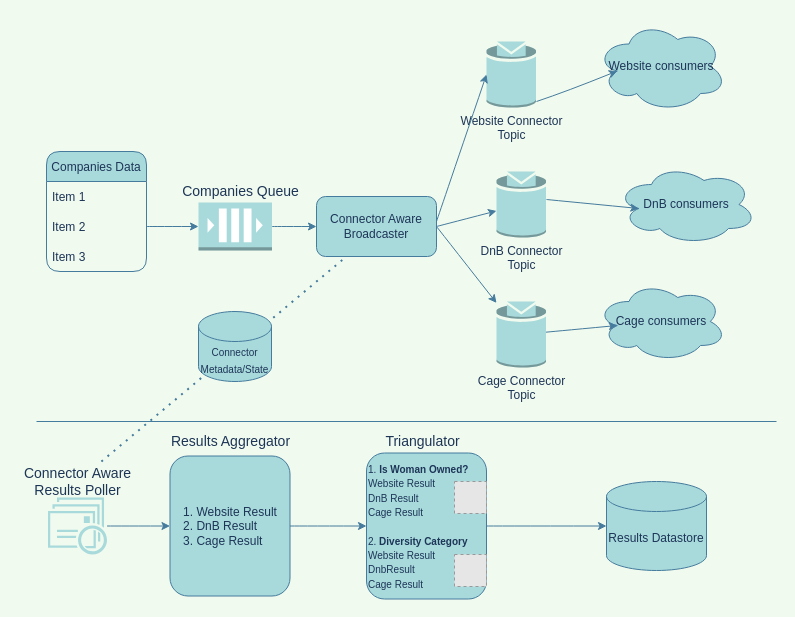
This is System_Overview_1.drawio from nanand83/wftechhakathon22, a draw.io file, before an edit. Source tidied: cells renumbered, new cells numbered last; positions are measured from the earlier drawing's top-left corner, leaving out a move shared by most shapes. Both pictures are drawn from the tidied source at 100%, with x=0, y=0 at pixel (17, 21). Pictures stored in the file or linked from it are replaced by grey dashed boxes.
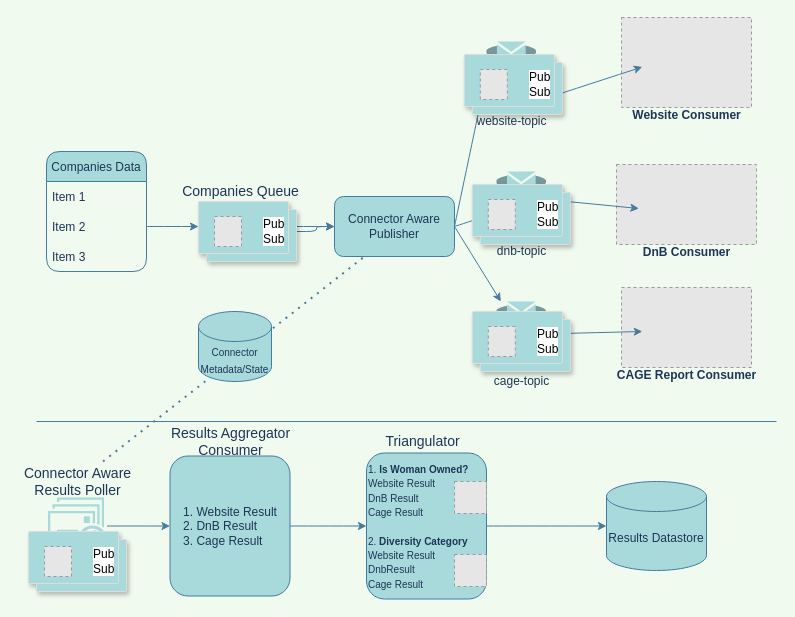
The same diagram, later.

Change to the diagram source:
```diff
@@
-    <mxCell id="9" value="Connector Aware Broadcaster" style="rounded=1;whiteSpace=wrap;html=1;fillColor=#A8DADC;strokeColor=#457B9D;fontColor=#1D3557;" parent="1" vertex="1">
-      <mxGeometry x="299" y="175" width="120" height="60" as="geometry" />
+    <mxCell id="9" value="Connector Aware Publisher" style="rounded=1;whiteSpace=wrap;html=1;fillColor=#A8DADC;strokeColor=#457B9D;fontColor=#1D3557;" parent="1" vertex="1">
+      <mxGeometry x="317" y="175" width="120" height="60" as="geometry" />
     </mxCell>
-    <mxCell id="10" value="Website Connector &lt;br&gt;Topic" style="outlineConnect=0;dashed=0;verticalLabelPosition=bottom;verticalAlign=top;align=center;html=1;shape=mxgraph.aws3.topic;fillColor=#A8DADC;rounded=1;strokeColor=#457B9D;fontColor=#1D3557;" parent="1" vertex="1">
+    <mxCell id="10" value="website-topic" style="outlineConnect=0;dashed=0;verticalLabelPosition=bottom;verticalAlign=top;align=center;html=1;shape=mxgraph.aws3.topic;fillColor=#A8DADC;rounded=1;strokeColor=#457B9D;fontColor=#1D3557;" parent="1" vertex="1">
       <mxGeometry x="469" y="20" width="49.5" height="66" as="geometry" />
     </mxCell>
-    <mxCell id="11" value="DnB Connector&lt;br&gt;Topic" style="outlineConnect=0;dashed=0;verticalLabelPosition=bottom;verticalAlign=top;align=center;html=1;shape=mxgraph.aws3.topic;fillColor=#A8DADC;rounded=1;strokeColor=#457B9D;fontColor=#1D3557;" parent="1" vertex="1">
+    <mxCell id="11" value="dnb-topic" style="outlineConnect=0;dashed=0;verticalLabelPosition=bottom;verticalAlign=top;align=center;html=1;shape=mxgraph.aws3.topic;fillColor=#A8DADC;rounded=1;strokeColor=#457B9D;fontColor=#1D3557;" parent="1" vertex="1">
       <mxGeometry x="479" y="150" width="49.5" height="66" as="geometry" />
     </mxCell>
-    <mxCell id="12" value="Cage Connector&lt;br&gt;Topic" style="outlineConnect=0;dashed=0;verticalLabelPosition=bottom;verticalAlign=top;align=center;html=1;shape=mxgraph.aws3.topic;fillColor=#A8DADC;rounded=1;strokeColor=#457B9D;fontColor=#1D3557;" parent="1" vertex="1">
+    <mxCell id="12" value="cage-topic" style="outlineConnect=0;dashed=0;verticalLabelPosition=bottom;verticalAlign=top;align=center;html=1;shape=mxgraph.aws3.topic;fillColor=#A8DADC;rounded=1;strokeColor=#457B9D;fontColor=#1D3557;" parent="1" vertex="1">
       <mxGeometry x="479" y="280" width="49.5" height="66" as="geometry" />
     </mxCell>
-    <mxCell id="13" value="Website consumers" style="ellipse;shape=cloud;whiteSpace=wrap;html=1;rounded=1;fillColor=#A8DADC;strokeColor=#457B9D;fontColor=#1D3557;" parent="1" vertex="1">
-      <mxGeometry x="579" width="130" height="90" as="geometry" />
+    <mxCell id="13" value="Website Consumer" style="fillColor=#E6E6E6;strokeColor=#999999;dashed=1;html=1;verticalAlign=top;labelPosition=center;verticalLabelPosition=bottom;align=center;spacingTop=-6;fontSize=12;fontStyle=1;fontColor=#1D3557;fontFamily=Helvetica;" parent="1" vertex="1">
+      <mxGeometry x="604" y="-4" width="130" height="90" as="geometry" />
     </mxCell>
-    <mxCell id="14" value="DnB consumers" style="ellipse;shape=cloud;whiteSpace=wrap;html=1;rounded=1;fillColor=#A8DADC;strokeColor=#457B9D;fontColor=#1D3557;" parent="1" vertex="1">
+    <mxCell id="14" value="DnB Consumer" style="fillColor=#E6E6E6;strokeColor=#999999;dashed=1;html=1;verticalAlign=top;labelPosition=center;verticalLabelPosition=bottom;align=center;spacingTop=-6;fontSize=12;fontStyle=1;fontColor=#1D3557;fontFamily=Helvetica;" parent="1" vertex="1">
       <mxGeometry x="599" y="143" width="140" height="80" as="geometry" />
     </mxCell>
-    <mxCell id="15" value="Cage consumers" style="ellipse;shape=cloud;whiteSpace=wrap;html=1;rounded=1;fillColor=#A8DADC;strokeColor=#457B9D;fontColor=#1D3557;" parent="1" vertex="1">
-      <mxGeometry x="579" y="260" width="130" height="80" as="geometry" />
+    <mxCell id="15" value="CAGE Report Consumer" style="fillColor=#E6E6E6;strokeColor=#999999;dashed=1;html=1;verticalAlign=top;labelPosition=center;verticalLabelPosition=bottom;align=center;spacingTop=-6;fontSize=12;fontStyle=1;fontColor=#1D3557;fontFamily=Helvetica;" parent="1" vertex="1">
+      <mxGeometry x="604" y="266" width="130" height="80" as="geometry" />
     </mxCell>
@@
-    <mxCell id="23" style="endArrow=classic;html=1;rounded=1;entryX=0;entryY=0.5;entryDx=0;entryDy=0;entryPerimeter=0;curved=1;labelBackgroundColor=#F1FAEE;strokeColor=#457B9D;fontColor=#1D3557;" parent="1" edge="1" target="10">
-      <mxGeometry relative="1" as="geometry">
-        <mxPoint x="419" y="200" as="sourcePoint" />
-      </mxGeometry>
+    <mxCell id="23" style="endArrow=classic;html=1;rounded=1;entryX=0;entryY=0.5;entryDx=0;entryDy=0;entryPerimeter=0;curved=1;labelBackgroundColor=#F1FAEE;strokeColor=#457B9D;fontColor=#1D3557;exitX=1;exitY=0.5;exitDx=0;exitDy=0;" parent="1" edge="1" source="9" target="10">
+      <mxGeometry relative="1" as="geometry" />
     </mxCell>
@@
-    <mxCell id="27" value="&lt;font style=&quot;font-size: 14px;&quot;&gt;Results Aggregator&lt;/font&gt;" style="text;html=1;align=center;verticalAlign=middle;strokeColor=none;fillColor=none;fontSize=9;rounded=1;fontColor=#1D3557;" parent="1" vertex="1">
-      <mxGeometry x="147.5" y="410" width="130" height="20" as="geometry" />
+    <mxCell id="27" value="&lt;font style=&quot;font-size: 14px;&quot;&gt;Results Aggregator&lt;br&gt;Consumer&lt;br&gt;&lt;/font&gt;" style="text;html=1;align=center;verticalAlign=middle;strokeColor=none;fillColor=none;fontSize=9;rounded=1;fontColor=#1D3557;" parent="1" vertex="1">
+      <mxGeometry x="147.5" y="405" width="130" height="30" as="geometry" />
     </mxCell>
@@
+    <mxCell id="38" style="edgeStyle=orthogonalEdgeStyle;curved=0;rounded=1;sketch=0;jettySize=auto;html=1;fontColor=#1D3557;strokeColor=#457B9D;fillColor=#A8DADC;" parent="1" edge="1" source="39" target="9">
+      <mxGeometry relative="1" as="geometry" />
+    </mxCell>
+    <mxCell id="39" style="shape=mxgraph.gcp2.doubleRect;strokeColor=#dddddd;shadow=1;strokeWidth=1;rounded=1;absoluteArcSize=1;arcSize=2;sketch=0;fontColor=#1D3557;fillColor=#A8DADC;" parent="1" vertex="1">
+      <mxGeometry x="181" y="180" width="98" height="60" as="geometry" />
+    </mxCell>
+    <mxCell id="40" value="&lt;font color=&quot;#000000&quot;&gt;Pub&lt;br&gt;Sub&lt;br&gt;&lt;/font&gt;" style="fillColor=#E6E6E6;strokeColor=#999999;dashed=1;html=1;fontColor=#999999;verticalLabelPosition=middle;labelBackgroundColor=#ffffff;verticalAlign=middle;labelPosition=right;align=left;spacingLeft=20;" parent="39" vertex="1">
+      <mxGeometry width="27" height="30" relative="1" as="geometry">
+        <mxPoint x="16" y="15" as="offset" />
+      </mxGeometry>
+    </mxCell>
+    <mxCell id="41" style="shape=mxgraph.gcp2.doubleRect;strokeColor=#dddddd;shadow=1;strokeWidth=1;rounded=1;absoluteArcSize=1;arcSize=2;sketch=0;fontColor=#1D3557;fillColor=#A8DADC;" parent="1" vertex="1">
+      <mxGeometry x="446.8" y="33" width="98" height="60" as="geometry" />
+    </mxCell>
+    <mxCell id="42" value="&lt;font color=&quot;#000000&quot;&gt;Pub&lt;br&gt;Sub&lt;br&gt;&lt;/font&gt;" style="fillColor=#E6E6E6;strokeColor=#999999;dashed=1;html=1;fontColor=#999999;verticalLabelPosition=middle;labelBackgroundColor=#ffffff;verticalAlign=middle;labelPosition=right;align=left;spacingLeft=20;" parent="41" vertex="1">
+      <mxGeometry width="27" height="30" relative="1" as="geometry">
+        <mxPoint x="16" y="15" as="offset" />
+      </mxGeometry>
+    </mxCell>
+    <mxCell id="43" style="shape=mxgraph.gcp2.doubleRect;strokeColor=#dddddd;shadow=1;strokeWidth=1;rounded=1;absoluteArcSize=1;arcSize=2;sketch=0;fontColor=#1D3557;fillColor=#A8DADC;" parent="1" vertex="1">
+      <mxGeometry x="454.8" y="163" width="98" height="60" as="geometry" />
+    </mxCell>
+    <mxCell id="44" value="&lt;font color=&quot;#000000&quot;&gt;Pub&lt;br&gt;Sub&lt;br&gt;&lt;/font&gt;" style="fillColor=#E6E6E6;strokeColor=#999999;dashed=1;html=1;fontColor=#999999;verticalLabelPosition=middle;labelBackgroundColor=#ffffff;verticalAlign=middle;labelPosition=right;align=left;spacingLeft=20;" parent="43" vertex="1">
+      <mxGeometry width="27" height="30" relative="1" as="geometry">
+        <mxPoint x="16" y="15" as="offset" />
+      </mxGeometry>
+    </mxCell>
+    <mxCell id="45" style="shape=mxgraph.gcp2.doubleRect;strokeColor=#dddddd;shadow=1;strokeWidth=1;rounded=1;absoluteArcSize=1;arcSize=2;sketch=0;fontColor=#1D3557;fillColor=#A8DADC;" parent="1" vertex="1">
+      <mxGeometry x="454.8" y="290" width="98" height="60" as="geometry" />
+    </mxCell>
+    <mxCell id="46" value="&lt;font color=&quot;#000000&quot;&gt;Pub&lt;br&gt;Sub&lt;br&gt;&lt;/font&gt;" style="fillColor=#E6E6E6;strokeColor=#999999;dashed=1;html=1;fontColor=#999999;verticalLabelPosition=middle;labelBackgroundColor=#ffffff;verticalAlign=middle;labelPosition=right;align=left;spacingLeft=20;" parent="45" vertex="1">
+      <mxGeometry width="27" height="30" relative="1" as="geometry">
+        <mxPoint x="16" y="15" as="offset" />
+      </mxGeometry>
+    </mxCell>
+    <mxCell id="47" style="shape=mxgraph.gcp2.doubleRect;strokeColor=#dddddd;shadow=1;strokeWidth=1;rounded=1;absoluteArcSize=1;arcSize=2;sketch=0;fontColor=#1D3557;fillColor=#A8DADC;" parent="1" vertex="1">
+      <mxGeometry x="11" y="510" width="98" height="60" as="geometry" />
+    </mxCell>
+    <mxCell id="48" value="&lt;font color=&quot;#000000&quot;&gt;Pub&lt;br&gt;Sub&lt;br&gt;&lt;/font&gt;" style="fillColor=#E6E6E6;strokeColor=#999999;dashed=1;html=1;fontColor=#999999;verticalLabelPosition=middle;labelBackgroundColor=#ffffff;verticalAlign=middle;labelPosition=right;align=left;spacingLeft=20;" parent="47" vertex="1">
+      <mxGeometry width="27" height="30" relative="1" as="geometry">
+        <mxPoint x="16" y="15" as="offset" />
+      </mxGeometry>
+    </mxCell>
```
